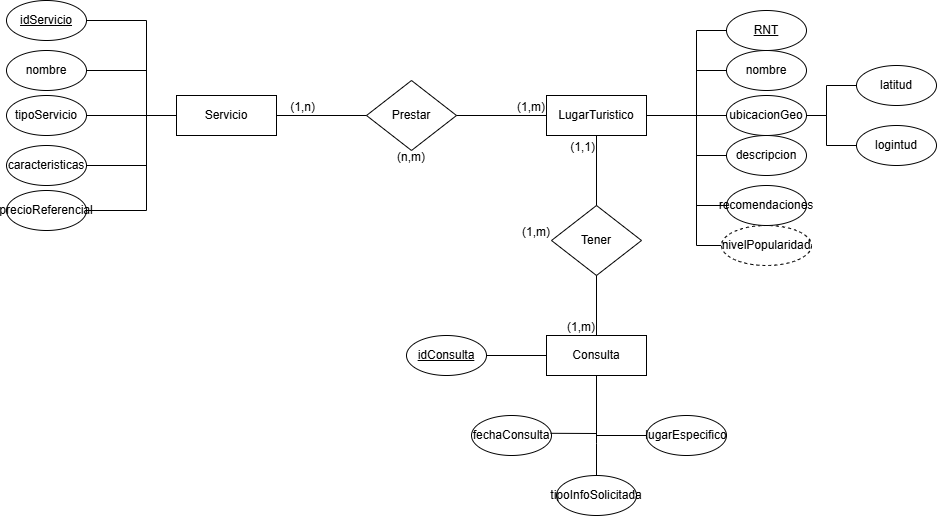
The draw.io diagram Documentos/eR.png in migueCOLORADO/SecretariaTurismoBD, before a commit. Source tidied: cells renumbered, new cells last; positions are measured from the earlier drawing's top-left corner, leaving out a move shared by most shapes.
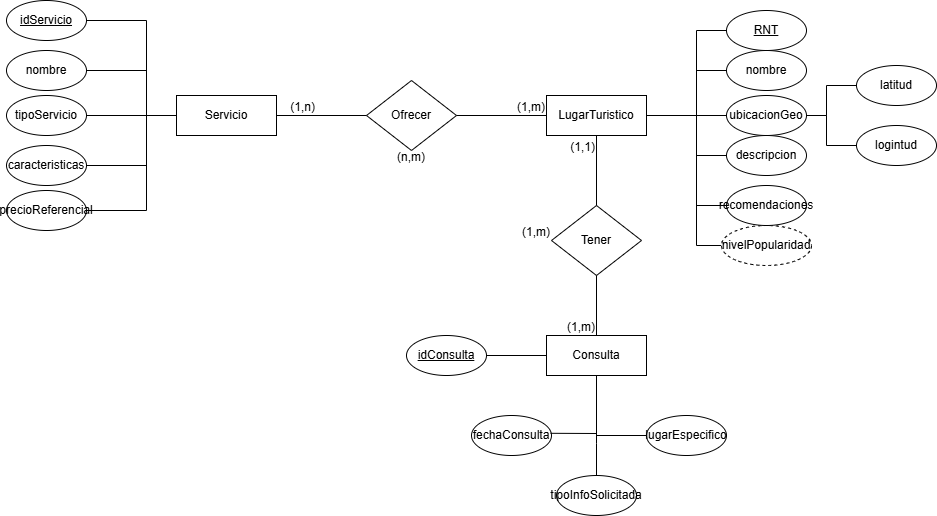
Later version of the same file.

What changed in the source:
```diff
@@ -11,7 +11,7 @@
     <mxCell id="4" value="LugarTuristico" style="whiteSpace=wrap;html=1;align=center;" parent="1" vertex="1">
       <mxGeometry x="540" y="95" width="100" height="40" as="geometry" />
     </mxCell>
-    <mxCell id="5" value="Prestar" style="shape=rhombus;perimeter=rhombusPerimeter;whiteSpace=wrap;html=1;align=center;" parent="1" vertex="1">
+    <mxCell id="5" value="Ofrecer" style="shape=rhombus;perimeter=rhombusPerimeter;whiteSpace=wrap;html=1;align=center;" parent="1" vertex="1">
       <mxGeometry x="360" y="80" width="90" height="70" as="geometry" />
     </mxCell>
     <mxCell id="6" value="Tener" style="shape=rhombus;perimeter=rhombusPerimeter;whiteSpace=wrap;html=1;align=center;" parent="1" vertex="1">
```
